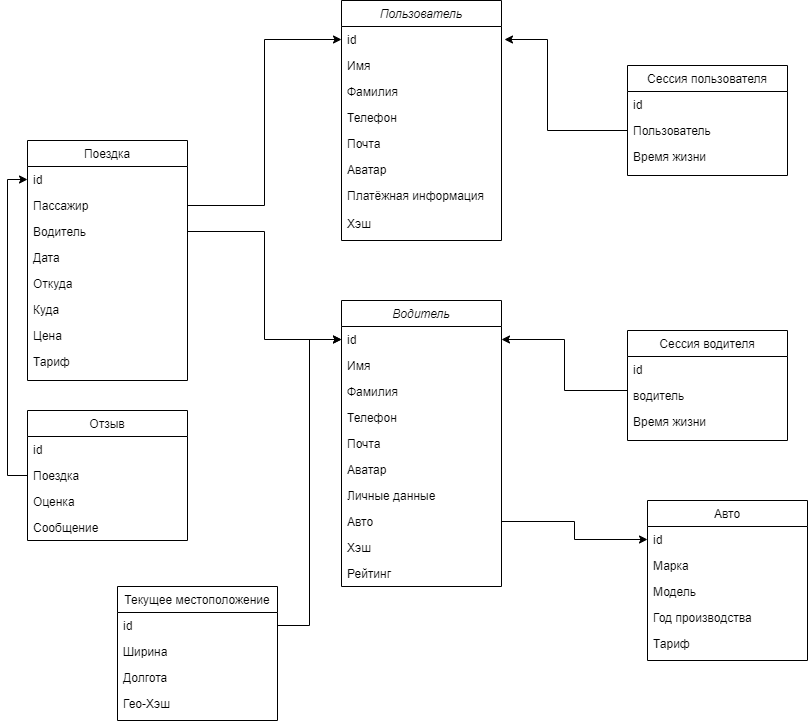
Above: imgs/img2.png in Arkadiyche/highload (draw.io), before the change. Source tidied: cells renumbered, new cells last; positions are measured from the earlier drawing's top-left corner, leaving out a move shared by most shapes.
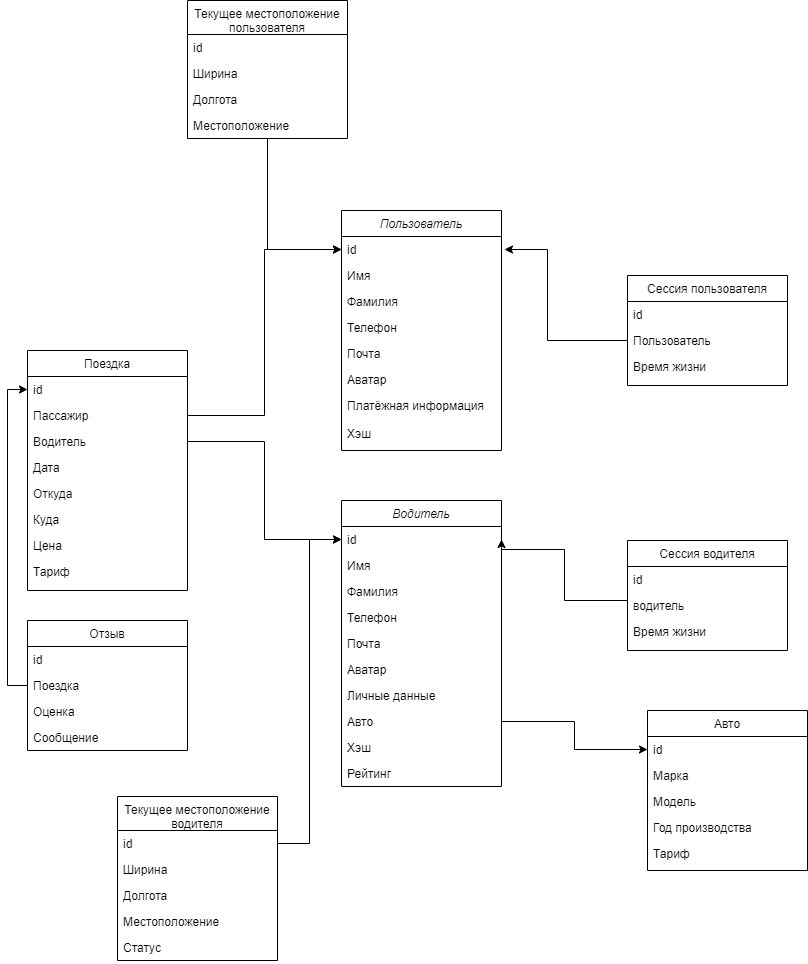
Later version of the same file.

Change to the diagram source:
```diff
@@ -87,7 +87,7 @@
       <mxGeometry y="78" width="160" height="26" as="geometry" />
     </mxCell>
     <mxCell id="30" value="Водитель" style="swimlane;fontStyle=2;align=center;verticalAlign=top;horizontal=1;startSize=26;rounded=0;shadow=0;strokeWidth=1;" parent="1" vertex="1">
-      <mxGeometry x="314" y="300" width="160" height="286" as="geometry" />
+      <mxGeometry x="314" y="290" width="160" height="286" as="geometry" />
     </mxCell>
     <mxCell id="31" value="id" style="text;align=left;verticalAlign=top;spacingLeft=4;spacingRight=4;overflow=hidden;points=[[0,0.5],[1,0.5]];portConstraint=eastwest;" parent="30" vertex="1">
       <mxGeometry y="26" width="160" height="26" as="geometry" />
@@ -176,23 +176,44 @@
     <mxCell id="55" style="edgeStyle=orthogonalEdgeStyle;rounded=0;jettySize=auto;html=1;exitX=1;exitY=0.5;exitDx=0;exitDy=0;" parent="1" edge="1" source="38" target="21">
       <mxGeometry relative="1" as="geometry" />
     </mxCell>
-    <mxCell id="56" value="Текущее местоположение" style="swimlane;fontStyle=0;align=center;verticalAlign=top;horizontal=1;startSize=26;rounded=0;shadow=0;strokeWidth=1;" parent="1" vertex="1">
-      <mxGeometry x="90" y="586" width="160" height="134" as="geometry" />
+    <mxCell id="56" value="Текущее местоположение&#10;водителя" style="swimlane;fontStyle=0;align=center;verticalAlign=top;horizontal=1;startSize=34;rounded=0;shadow=0;strokeWidth=1;" parent="1" vertex="1">
+      <mxGeometry x="90" y="586" width="160" height="164" as="geometry" />
     </mxCell>
     <mxCell id="57" value="id" style="text;align=left;verticalAlign=top;spacingLeft=4;spacingRight=4;overflow=hidden;points=[[0,0.5],[1,0.5]];portConstraint=eastwest;" parent="56" vertex="1">
-      <mxGeometry y="26" width="160" height="26" as="geometry" />
+      <mxGeometry y="34" width="160" height="26" as="geometry" />
     </mxCell>
     <mxCell id="58" value="Ширина" style="text;align=left;verticalAlign=top;spacingLeft=4;spacingRight=4;overflow=hidden;" parent="56" vertex="1">
-      <mxGeometry y="52" width="160" height="26" as="geometry" />
+      <mxGeometry y="60" width="160" height="26" as="geometry" />
     </mxCell>
     <mxCell id="59" value="Долгота" style="text;align=left;verticalAlign=top;spacingLeft=4;spacingRight=4;overflow=hidden;" parent="56" vertex="1">
-      <mxGeometry y="78" width="160" height="26" as="geometry" />
+      <mxGeometry y="86" width="160" height="26" as="geometry" />
     </mxCell>
-    <mxCell id="60" value="Гео-Хэш" style="text;align=left;verticalAlign=top;spacingLeft=4;spacingRight=4;overflow=hidden;" parent="56" vertex="1">
-      <mxGeometry y="104" width="160" height="26" as="geometry" />
+    <mxCell id="60" value="Местоположение" style="text;align=left;verticalAlign=top;spacingLeft=4;spacingRight=4;overflow=hidden;" parent="56" vertex="1">
+      <mxGeometry y="112" width="160" height="26" as="geometry" />
     </mxCell>
+    <mxCell id="62" value="Статус" style="text;align=left;verticalAlign=top;spacingLeft=4;spacingRight=4;overflow=hidden;" parent="56" vertex="1">
+      <mxGeometry y="138" width="160" height="26" as="geometry" />
+    </mxCell>
     <mxCell id="61" style="edgeStyle=orthogonalEdgeStyle;rounded=0;jettySize=auto;html=1;entryX=0;entryY=0.5;entryDx=0;entryDy=0;" parent="1" edge="1" source="57" target="31">
       <mxGeometry relative="1" as="geometry" />
     </mxCell>
+    <mxCell id="63" style="edgeStyle=orthogonalEdgeStyle;rounded=0;jettySize=auto;html=1;entryX=0;entryY=0.5;entryDx=0;entryDy=0;" parent="1" edge="1" source="64" target="3">
+      <mxGeometry relative="1" as="geometry" />
+    </mxCell>
+    <mxCell id="64" value="Текущее местоположение&#10;пользователя" style="swimlane;fontStyle=0;align=center;verticalAlign=top;horizontal=1;startSize=34;rounded=0;shadow=0;strokeWidth=1;" parent="1" vertex="1">
+      <mxGeometry x="160" y="-210" width="160" height="138" as="geometry" />
+    </mxCell>
+    <mxCell id="65" value="id" style="text;align=left;verticalAlign=top;spacingLeft=4;spacingRight=4;overflow=hidden;" parent="64" vertex="1">
+      <mxGeometry y="34" width="160" height="26" as="geometry" />
+    </mxCell>
+    <mxCell id="66" value="Ширина" style="text;align=left;verticalAlign=top;spacingLeft=4;spacingRight=4;overflow=hidden;" parent="64" vertex="1">
+      <mxGeometry y="60" width="160" height="26" as="geometry" />
+    </mxCell>
+    <mxCell id="67" value="Долгота" style="text;align=left;verticalAlign=top;spacingLeft=4;spacingRight=4;overflow=hidden;" parent="64" vertex="1">
+      <mxGeometry y="86" width="160" height="26" as="geometry" />
+    </mxCell>
+    <mxCell id="68" value="Местоположение" style="text;align=left;verticalAlign=top;spacingLeft=4;spacingRight=4;overflow=hidden;" parent="64" vertex="1">
+      <mxGeometry y="112" width="160" height="26" as="geometry" />
+    </mxCell>
   </root>
 </mxGraphModel>
```
